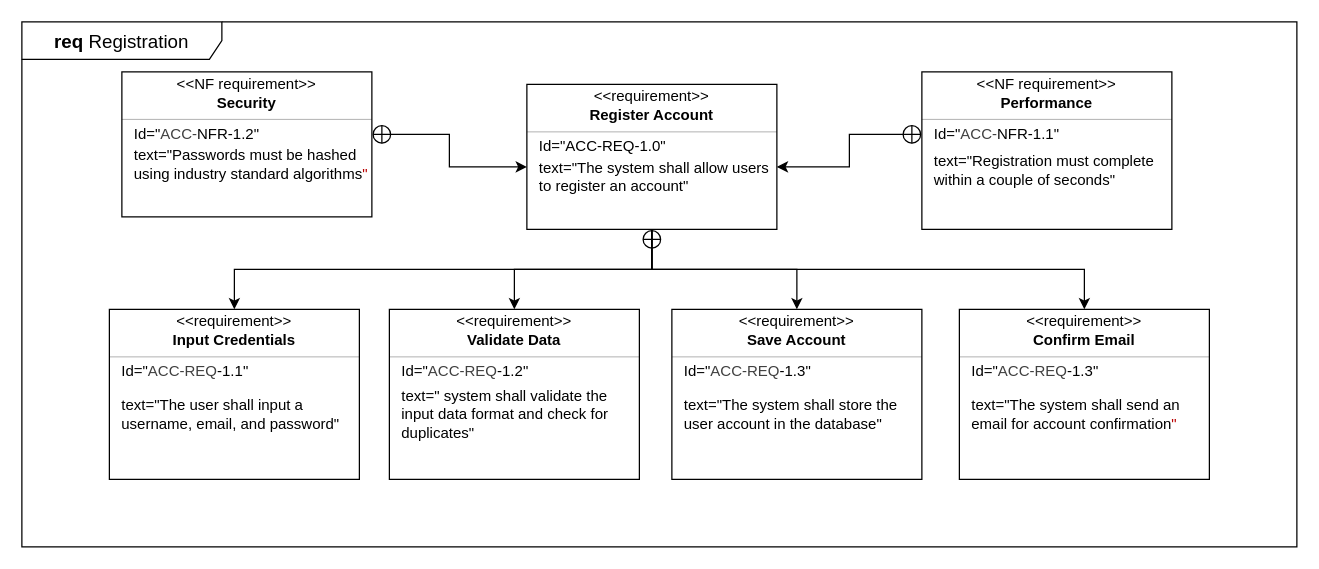
Above: Diagrams/Requirement/Félix/AccountRegistration_requirement.drawio in luislamy/msp (draw.io), before the change. Source tidied: cells renumbered, new cells numbered last; positions are measured from the earlier drawing's top-left corner, leaving out a move shared by most shapes. Both pictures are drawn from the tidied source at 125%, with x=0, y=0 at pixel (21, 21).
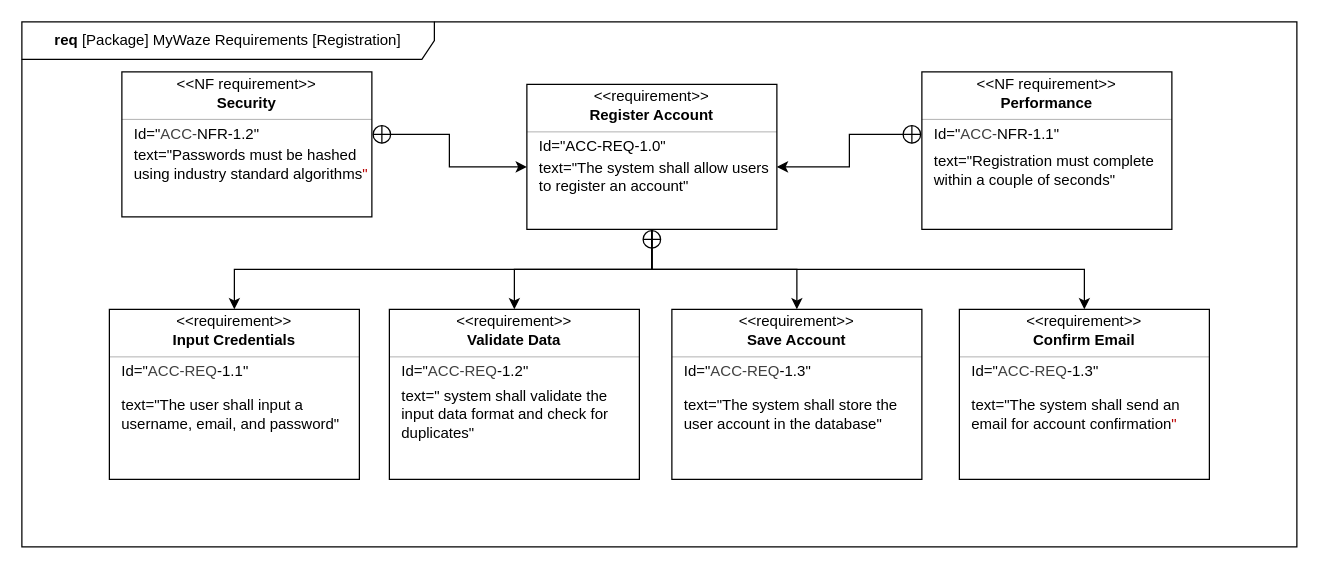
After the change.

What changed in the source:
```diff
@@
-    <mxCell id="2" value="&lt;font style=&quot;font-size: 15px;&quot;&gt;&lt;b style=&quot;&quot;&gt;req &lt;/b&gt;Registration&lt;/font&gt;" style="shape=umlFrame;whiteSpace=wrap;html=1;width=160;" parent="1" vertex="1">
+    <mxCell id="2" value="&lt;b&gt;req&amp;nbsp;&lt;/b&gt;[Package] MyWaze Requirements [Registration]" style="shape=umlFrame;whiteSpace=wrap;html=1;width=330;height=30;" parent="1" vertex="1">
       <mxGeometry width="1020" height="420" as="geometry" />
     </mxCell>
```
